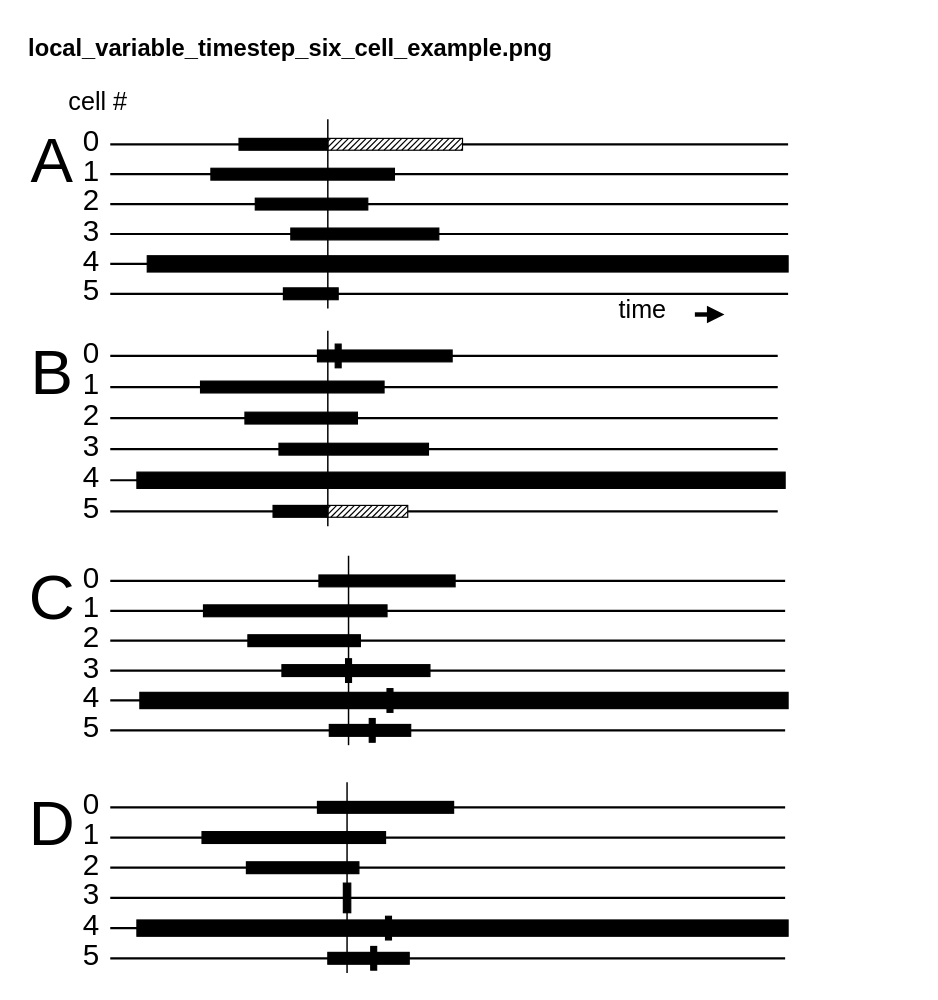
brunomaga/brunomaga.github.io keeps this draw.io diagram as assets/neuron-variable-timestep/neuron-variable-timestep.drawio. Above is the earlier version. Source tidied: cells renumbered, new cells numbered last; positions are measured from the earlier drawing's top-left corner, leaving out a move shared by most shapes. Both pictures are drawn from the tidied source at 148%, with x=0, y=0 at pixel (25, 25).
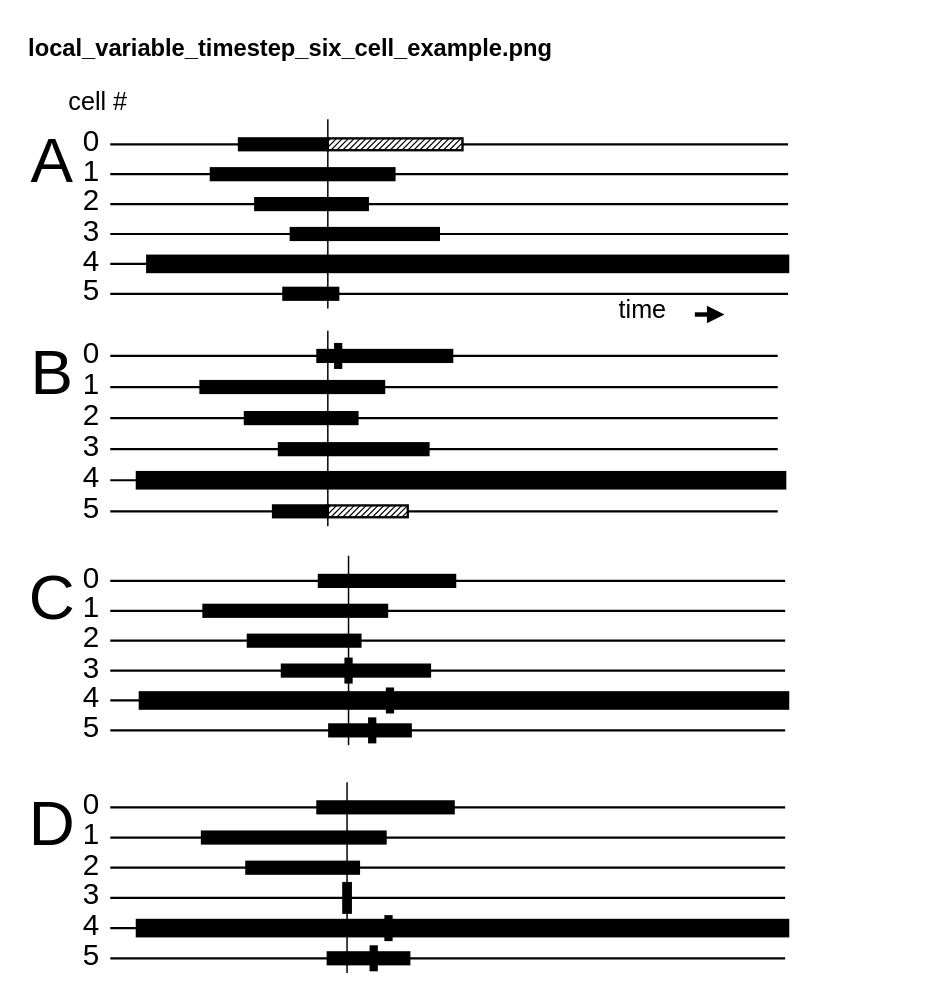
Above is the later version.

The change refers to these unchanged cells:
```xml
<mxCell id="3" style="group;" parent="1" vertex="1">
  <mxGeometry y="40" width="515" height="600" as="geometry" />
</mxCell>
```

Change to the diagram source:
```diff
@@
-    <mxCell id="18" style="rounded=0;whiteSpace=wrap;html=1;fillColor=#000000;fontSize=14;strokeColor=#000000;strokeWidth=0.8;" parent="3" vertex="1">
+    <mxCell id="18" style="rounded=0;whiteSpace=wrap;html=1;fillColor=#000000;fontSize=14;strokeColor=#000000;strokeWidth=1.58;" parent="3" vertex="1">
       <mxGeometry x="144" y="36" width="60" height="8" as="geometry" />
     </mxCell>
-    <mxCell id="19" style="rounded=0;whiteSpace=wrap;html=1;fillColor=#000000;fontSize=14;strokeColor=#000000;strokeWidth=0.8;" parent="3" vertex="1">
+    <mxCell id="19" style="rounded=0;whiteSpace=wrap;html=1;fillColor=#000000;fontSize=14;strokeColor=#000000;strokeWidth=1.58;" parent="3" vertex="1">
       <mxGeometry x="125" y="56.2" width="124" height="8" as="geometry" />
     </mxCell>
-    <mxCell id="20" style="rounded=0;whiteSpace=wrap;html=1;fillColor=#000000;fontSize=14;strokeColor=#000000;strokeWidth=0.8;" parent="3" vertex="1">
+    <mxCell id="20" style="rounded=0;whiteSpace=wrap;html=1;fillColor=#000000;fontSize=14;strokeColor=#000000;strokeWidth=1.58;" parent="3" vertex="1">
       <mxGeometry x="155" y="76.4" width="76" height="8" as="geometry" />
     </mxCell>
-    <mxCell id="21" style="rounded=0;whiteSpace=wrap;html=1;fillColor=#000000;fontSize=14;strokeColor=#000000;strokeWidth=0.8;" parent="3" vertex="1">
+    <mxCell id="21" style="rounded=0;whiteSpace=wrap;html=1;fillColor=#000000;fontSize=14;strokeColor=#000000;strokeWidth=1.58;" parent="3" vertex="1">
       <mxGeometry x="179" y="96.6" width="100" height="8" as="geometry" />
     </mxCell>
-    <mxCell id="22" style="rounded=0;whiteSpace=wrap;html=1;fillColor=#000000;fontSize=14;strokeColor=#000000;strokeWidth=0.8;" parent="3" vertex="1">
+    <mxCell id="22" style="rounded=0;whiteSpace=wrap;html=1;fillColor=#000000;fontSize=14;strokeColor=#000000;strokeWidth=1.58;" parent="3" vertex="1">
       <mxGeometry x="82" y="115.3" width="433" height="11" as="geometry" />
     </mxCell>
-    <mxCell id="23" style="rounded=0;whiteSpace=wrap;html=1;fillColor=#000000;fontSize=14;strokeColor=#000000;strokeWidth=0.8;" parent="3" vertex="1">
+    <mxCell id="23" style="rounded=0;whiteSpace=wrap;html=1;fillColor=#000000;fontSize=14;strokeColor=#000000;strokeWidth=1.58;" parent="3" vertex="1">
       <mxGeometry x="174" y="137" width="37" height="8" as="geometry" />
     </mxCell>
-    <mxCell id="24" style="rounded=0;whiteSpace=wrap;html=1;fillColor=#ffffff;fontSize=14;strokeColor=#000000;strokeWidth=0.8;" parent="3" vertex="1">
+    <mxCell id="24" style="rounded=0;whiteSpace=wrap;html=1;fillColor=#ffffff;fontSize=14;strokeColor=#000000;strokeWidth=1.58;" parent="3" vertex="1">
       <mxGeometry x="204" y="36" width="91" height="8" as="geometry" />
     </mxCell>
@@
-    <mxCell id="64" style="rounded=0;whiteSpace=wrap;html=1;fillColor=#000000;fontSize=14;strokeColor=#000000;strokeWidth=0.8;" parent="3" vertex="1">
+    <mxCell id="64" style="rounded=0;whiteSpace=wrap;html=1;fillColor=#000000;fontSize=14;strokeColor=#000000;strokeWidth=1.58;" parent="3" vertex="1">
       <mxGeometry x="197" y="179" width="91" height="8" as="geometry" />
     </mxCell>
-    <mxCell id="65" style="rounded=0;whiteSpace=wrap;html=1;fillColor=#000000;fontSize=14;strokeColor=#000000;strokeWidth=0.8;" parent="3" vertex="1">
+    <mxCell id="65" style="rounded=0;whiteSpace=wrap;html=1;fillColor=#000000;fontSize=14;strokeColor=#000000;strokeWidth=1.58;" parent="3" vertex="1">
       <mxGeometry x="118" y="200" width="124" height="8" as="geometry" />
     </mxCell>
-    <mxCell id="66" style="rounded=0;whiteSpace=wrap;html=1;fillColor=#000000;fontSize=14;strokeColor=#000000;strokeWidth=0.8;" parent="3" vertex="1">
+    <mxCell id="66" style="rounded=0;whiteSpace=wrap;html=1;fillColor=#000000;fontSize=14;strokeColor=#000000;strokeWidth=1.58;" parent="3" vertex="1">
       <mxGeometry x="148" y="221" width="76" height="8" as="geometry" />
     </mxCell>
-    <mxCell id="67" style="rounded=0;whiteSpace=wrap;html=1;fillColor=#000000;fontSize=14;strokeColor=#000000;strokeWidth=0.8;" parent="3" vertex="1">
+    <mxCell id="67" style="rounded=0;whiteSpace=wrap;html=1;fillColor=#000000;fontSize=14;strokeColor=#000000;strokeWidth=1.58;" parent="3" vertex="1">
       <mxGeometry x="171" y="242" width="101" height="8" as="geometry" />
     </mxCell>
-    <mxCell id="68" style="rounded=0;whiteSpace=wrap;html=1;fillColor=#000000;fontSize=14;strokeColor=#000000;strokeWidth=0.8;" parent="3" vertex="1">
+    <mxCell id="68" style="rounded=0;whiteSpace=wrap;html=1;fillColor=#000000;fontSize=14;strokeColor=#000000;strokeWidth=1.58;" parent="3" vertex="1">
       <mxGeometry x="75" y="261.5" width="438" height="11" as="geometry" />
     </mxCell>
-    <mxCell id="69" style="rounded=0;whiteSpace=wrap;html=1;fillColor=#000000;fontSize=14;strokeColor=#000000;strokeWidth=0.8;" parent="3" vertex="1">
+    <mxCell id="69" style="rounded=0;whiteSpace=wrap;html=1;fillColor=#000000;fontSize=14;strokeColor=#000000;strokeWidth=1.58;" parent="3" vertex="1">
       <mxGeometry x="167" y="284" width="37" height="8" as="geometry" />
     </mxCell>
-    <mxCell id="70" style="rounded=0;whiteSpace=wrap;html=1;fillColor=#ffffff;fontSize=14;strokeColor=#000000;strokeWidth=0.8;" parent="3" vertex="1">
+    <mxCell id="70" style="rounded=0;whiteSpace=wrap;html=1;fillColor=#ffffff;fontSize=14;strokeColor=#000000;strokeWidth=1.58;" parent="3" vertex="1">
       <mxGeometry x="204" y="284" width="54" height="8" as="geometry" />
     </mxCell>
@@
-    <mxCell id="87" style="rounded=0;whiteSpace=wrap;html=1;fillColor=#000000;fontSize=14;strokeColor=#000000;strokeWidth=0.8;" parent="3" vertex="1">
+    <mxCell id="87" style="rounded=0;whiteSpace=wrap;html=1;fillColor=#000000;fontSize=14;strokeColor=#000000;strokeWidth=1.58;" parent="3" vertex="1">
       <mxGeometry x="209" y="175" width="4" height="16" as="geometry" />
     </mxCell>
@@
-    <mxCell id="101" style="rounded=0;whiteSpace=wrap;html=1;fillColor=#000000;fontSize=14;strokeColor=#000000;strokeWidth=0.8;" parent="3" vertex="1">
+    <mxCell id="101" style="rounded=0;whiteSpace=wrap;html=1;fillColor=#000000;fontSize=14;strokeColor=#000000;strokeWidth=1.58;" parent="3" vertex="1">
       <mxGeometry x="198" y="331" width="92" height="8" as="geometry" />
     </mxCell>
-    <mxCell id="102" style="rounded=0;whiteSpace=wrap;html=1;fillColor=#000000;fontSize=14;strokeColor=#000000;strokeWidth=0.8;" parent="3" vertex="1">
+    <mxCell id="102" style="rounded=0;whiteSpace=wrap;html=1;fillColor=#000000;fontSize=14;strokeColor=#000000;strokeWidth=1.58;" parent="3" vertex="1">
       <mxGeometry x="120" y="351.2" width="124" height="8" as="geometry" />
     </mxCell>
-    <mxCell id="103" style="rounded=0;whiteSpace=wrap;html=1;fillColor=#000000;fontSize=14;strokeColor=#000000;strokeWidth=0.8;" parent="3" vertex="1">
+    <mxCell id="103" style="rounded=0;whiteSpace=wrap;html=1;fillColor=#000000;fontSize=14;strokeColor=#000000;strokeWidth=1.58;" parent="3" vertex="1">
       <mxGeometry x="150" y="371.4" width="76" height="8" as="geometry" />
     </mxCell>
-    <mxCell id="104" style="rounded=0;whiteSpace=wrap;html=1;fillColor=#000000;fontSize=14;strokeColor=#000000;strokeWidth=0.8;" parent="3" vertex="1">
+    <mxCell id="104" style="rounded=0;whiteSpace=wrap;html=1;fillColor=#000000;fontSize=14;strokeColor=#000000;strokeWidth=1.58;" parent="3" vertex="1">
       <mxGeometry x="173" y="391.6" width="100" height="8" as="geometry" />
     </mxCell>
-    <mxCell id="105" style="rounded=0;whiteSpace=wrap;html=1;fillColor=#000000;fontSize=14;strokeColor=#000000;strokeWidth=0.8;" parent="3" vertex="1">
+    <mxCell id="105" style="rounded=0;whiteSpace=wrap;html=1;fillColor=#000000;fontSize=14;strokeColor=#000000;strokeWidth=1.58;" parent="3" vertex="1">
       <mxGeometry x="77" y="410.3" width="438" height="11" as="geometry" />
     </mxCell>
-    <mxCell id="106" style="rounded=0;whiteSpace=wrap;html=1;fillColor=#000000;fontSize=14;strokeColor=#000000;strokeWidth=0.8;" parent="3" vertex="1">
+    <mxCell id="106" style="rounded=0;whiteSpace=wrap;html=1;fillColor=#000000;fontSize=14;strokeColor=#000000;strokeWidth=1.58;" parent="3" vertex="1">
       <mxGeometry x="205" y="432" width="55" height="8" as="geometry" />
     </mxCell>
@@
-    <mxCell id="108" style="rounded=0;whiteSpace=wrap;html=1;fillColor=#000000;fontSize=14;strokeColor=#000000;strokeWidth=0.8;" parent="3" vertex="1">
+    <mxCell id="108" style="rounded=0;whiteSpace=wrap;html=1;fillColor=#000000;fontSize=14;strokeColor=#000000;strokeWidth=1.58;" parent="3" vertex="1">
       <mxGeometry x="216" y="387.6" width="4" height="16" as="geometry" />
     </mxCell>
-    <mxCell id="109" style="rounded=0;whiteSpace=wrap;html=1;fillColor=#000000;fontSize=14;strokeColor=#000000;strokeWidth=0.8;" parent="3" vertex="1">
+    <mxCell id="109" style="rounded=0;whiteSpace=wrap;html=1;fillColor=#000000;fontSize=14;strokeColor=#000000;strokeWidth=1.58;" parent="3" vertex="1">
       <mxGeometry x="244" y="407.8" width="4" height="16" as="geometry" />
     </mxCell>
-    <mxCell id="110" style="rounded=0;whiteSpace=wrap;html=1;fillColor=#000000;fontSize=14;strokeColor=#000000;strokeWidth=0.8;" parent="3" vertex="1">
+    <mxCell id="110" style="rounded=0;whiteSpace=wrap;html=1;fillColor=#000000;fontSize=14;strokeColor=#000000;strokeWidth=1.58;" parent="3" vertex="1">
       <mxGeometry x="232" y="428" width="4" height="16" as="geometry" />
     </mxCell>
@@
-    <mxCell id="124" style="rounded=0;whiteSpace=wrap;html=1;fillColor=#000000;fontSize=14;strokeColor=#000000;strokeWidth=0.8;" parent="3" vertex="1">
+    <mxCell id="124" style="rounded=0;whiteSpace=wrap;html=1;fillColor=#000000;fontSize=14;strokeColor=#000000;strokeWidth=1.58;" parent="3" vertex="1">
       <mxGeometry x="197" y="484" width="92" height="8" as="geometry" />
     </mxCell>
-    <mxCell id="125" style="rounded=0;whiteSpace=wrap;html=1;fillColor=#000000;fontSize=14;strokeColor=#000000;strokeWidth=0.8;" parent="3" vertex="1">
+    <mxCell id="125" style="rounded=0;whiteSpace=wrap;html=1;fillColor=#000000;fontSize=14;strokeColor=#000000;strokeWidth=1.58;" parent="3" vertex="1">
       <mxGeometry x="119" y="504.4" width="124" height="8" as="geometry" />
     </mxCell>
-    <mxCell id="126" style="rounded=0;whiteSpace=wrap;html=1;fillColor=#000000;fontSize=14;strokeColor=#000000;strokeWidth=0.8;" parent="3" vertex="1">
+    <mxCell id="126" style="rounded=0;whiteSpace=wrap;html=1;fillColor=#000000;fontSize=14;strokeColor=#000000;strokeWidth=1.58;" parent="3" vertex="1">
       <mxGeometry x="149" y="524.8" width="76" height="8" as="geometry" />
     </mxCell>
-    <mxCell id="127" style="rounded=0;whiteSpace=wrap;html=1;fillColor=#000000;fontSize=14;strokeColor=#000000;strokeWidth=0.8;" parent="3" vertex="1">
+    <mxCell id="127" style="rounded=0;whiteSpace=wrap;html=1;fillColor=#000000;fontSize=14;strokeColor=#000000;strokeWidth=1.58;" parent="3" vertex="1">
       <mxGeometry x="75" y="564.1" width="440" height="11" as="geometry" />
     </mxCell>
-    <mxCell id="128" style="rounded=0;whiteSpace=wrap;html=1;fillColor=#000000;fontSize=14;strokeColor=#000000;strokeWidth=0.8;" parent="3" vertex="1">
+    <mxCell id="128" style="rounded=0;whiteSpace=wrap;html=1;fillColor=#000000;fontSize=14;strokeColor=#000000;strokeWidth=1.58;" parent="3" vertex="1">
       <mxGeometry x="204" y="586" width="55" height="8" as="geometry" />
     </mxCell>
@@
-    <mxCell id="130" style="rounded=0;whiteSpace=wrap;html=1;fillColor=#000000;fontSize=14;strokeColor=#000000;strokeWidth=0.8;" parent="3" vertex="1">
+    <mxCell id="130" style="rounded=0;whiteSpace=wrap;html=1;fillColor=#000000;fontSize=14;strokeColor=#000000;strokeWidth=1.58;" parent="3" vertex="1">
       <mxGeometry x="214.5" y="539.2" width="5" height="20" as="geometry" />
     </mxCell>
-    <mxCell id="131" style="rounded=0;whiteSpace=wrap;html=1;fillColor=#000000;fontSize=14;strokeColor=#000000;strokeWidth=0.8;" parent="3" vertex="1">
+    <mxCell id="131" style="rounded=0;whiteSpace=wrap;html=1;fillColor=#000000;fontSize=14;strokeColor=#000000;strokeWidth=1.58;" parent="3" vertex="1">
       <mxGeometry x="243" y="561.6" width="4" height="16" as="geometry" />
     </mxCell>
-    <mxCell id="132" style="rounded=0;whiteSpace=wrap;html=1;fillColor=#000000;fontSize=14;strokeColor=#000000;strokeWidth=0.8;" parent="3" vertex="1">
+    <mxCell id="132" style="rounded=0;whiteSpace=wrap;html=1;fillColor=#000000;fontSize=14;strokeColor=#000000;strokeWidth=1.58;" parent="3" vertex="1">
       <mxGeometry x="233" y="582" width="4" height="16" as="geometry" />
     </mxCell>
```
